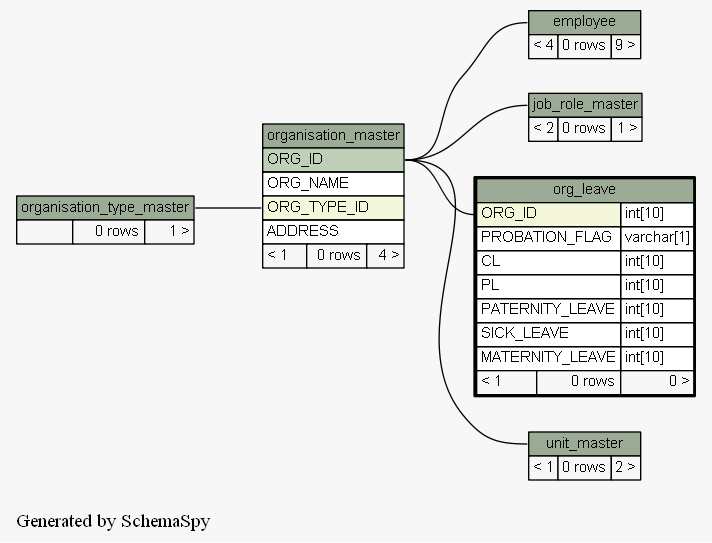
Earlier version of the Graphviz export docs/database/schemaspy/graphs/org_leave.2degrees.png (engineerscraft/hrms). Its source is kept beside it as docs/database/schemaspy/graphs/org_leave.2degrees.dot.
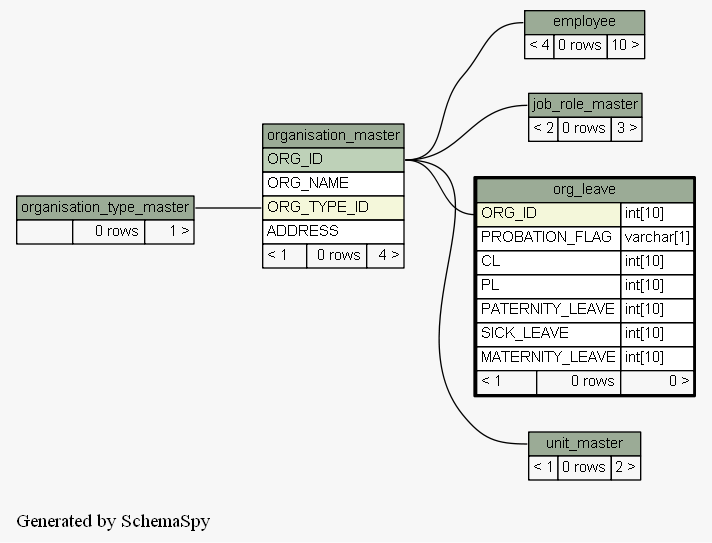
Above is the later version.

Change to the diagram source:
```diff
@@ -14,7 +14,7 @@
     arrowsize="0.8"
   ];
   "employee":"employee.heading":w -> "organisation_master":"ORG_ID":e [arrowtail=crowodot arrowhead=none];
-  "job_role_master":"job_role_master.heading":w -> "organisation_master":"ORG_ID":e [arrowtail=crowodot arrowhead=none];
+  "job_role_master":"job_role_master.heading":w -> "organisation_master":"ORG_ID":e [arrowtail=crowtee arrowhead=none];
   "org_leave":"ORG_ID":w -> "organisation_master":"ORG_ID":e [arrowtail=crowodot arrowhead=none];
   "organisation_master":"ORG_TYPE_ID":w -> "organisation_type_master":"organisation_type_master.heading":e [arrowtail=crowodot arrowhead=none];
   "unit_master":"unit_master.heading":w -> "organisation_master":"ORG_ID":e [arrowtail=crowodot arrowhead=none];
@@ -22,7 +22,7 @@
     label=<
     <TABLE BORDER="0" CELLBORDER="1" CELLSPACING="0" BGCOLOR="#ffffff">
       <TR><TD PORT="employee.heading" COLSPAN="3" BGCOLOR="#9bab96" ALIGN="CENTER">employee</TD></TR>
-      <TR><TD ALIGN="LEFT" BGCOLOR="#f7f7f7">&lt; 4</TD><TD ALIGN="RIGHT" BGCOLOR="#f7f7f7">0 rows</TD><TD ALIGN="RIGHT" BGCOLOR="#f7f7f7">9 &gt;</TD></TR>
+      <TR><TD ALIGN="LEFT" BGCOLOR="#f7f7f7">&lt; 4</TD><TD ALIGN="RIGHT" BGCOLOR="#f7f7f7">0 rows</TD><TD ALIGN="RIGHT" BGCOLOR="#f7f7f7">10 &gt;</TD></TR>
     </TABLE>>
     URL="employee.html#graph"
     tooltip="employee"
@@ -31,7 +31,7 @@
     label=<
     <TABLE BORDER="0" CELLBORDER="1" CELLSPACING="0" BGCOLOR="#ffffff">
       <TR><TD PORT="job_role_master.heading" COLSPAN="3" BGCOLOR="#9bab96" ALIGN="CENTER">job_role_master</TD></TR>
-      <TR><TD ALIGN="LEFT" BGCOLOR="#f7f7f7">&lt; 2</TD><TD ALIGN="RIGHT" BGCOLOR="#f7f7f7">0 rows</TD><TD ALIGN="RIGHT" BGCOLOR="#f7f7f7">1 &gt;</TD></TR>
+      <TR><TD ALIGN="LEFT" BGCOLOR="#f7f7f7">&lt; 2</TD><TD ALIGN="RIGHT" BGCOLOR="#f7f7f7">0 rows</TD><TD ALIGN="RIGHT" BGCOLOR="#f7f7f7">3 &gt;</TD></TR>
     </TABLE>>
     URL="job_role_master.html#graph"
     tooltip="job_role_master"
```
